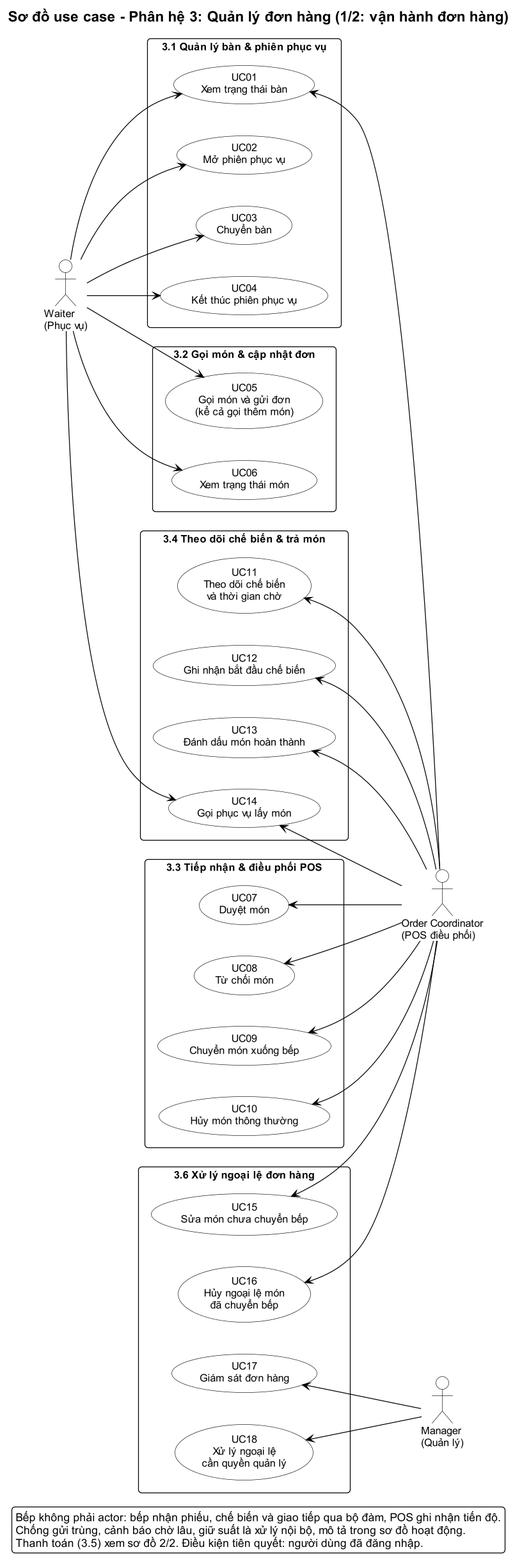
Earlier version of the PlantUML export docs/03-quan-ly-don-hang/usecase-1-van-hanh.png (Anpham120/restaurant-management-system). The source it was exported from:
```plantuml
@startuml
!include ../_style.puml
left to right direction
skinparam nodesep 40
skinparam ranksep 80
title Sơ đồ use case - Phân hệ 3: Quản lý đơn hàng (1/2: vận hành đơn hàng)

actor "Waiter\n(Phục vụ)" as Waiter
actor "Order Coordinator\n(POS điều phối)" as Coord
actor "Manager\n(Quản lý)" as Manager

rectangle "3.1 Quản lý bàn & phiên phục vụ" {
  usecase "UC01\nXem trạng thái bàn" as UC01
  usecase "UC02\nMở phiên phục vụ" as UC02
  usecase "UC03\nChuyển bàn" as UC03
  usecase "UC04\nKết thúc phiên phục vụ" as UC04
}

rectangle "3.2 Gọi món & cập nhật đơn" {
  usecase "UC05\nGọi món và gửi đơn\n(kể cả gọi thêm món)" as UC05
  usecase "UC06\nXem trạng thái món" as UC06
}

rectangle "3.3 Tiếp nhận & điều phối POS" {
  usecase "UC07\nDuyệt món" as UC07
  usecase "UC08\nTừ chối món" as UC08
  usecase "UC09\nChuyển món xuống bếp" as UC09
  usecase "UC10\nHủy món thông thường" as UC10
}

rectangle "3.4 Theo dõi chế biến & trả món" {
  usecase "UC11\nTheo dõi chế biến\nvà thời gian chờ" as UC11
  usecase "UC12\nGhi nhận bắt đầu chế biến" as UC12
  usecase "UC13\nĐánh dấu món hoàn thành" as UC13
  usecase "UC14\nGọi phục vụ lấy món" as UC14
}

rectangle "3.6 Xử lý ngoại lệ đơn hàng" {
  usecase "UC15\nSửa món chưa chuyển bếp" as UC15
  usecase "UC16\nHủy ngoại lệ món\nđã chuyển bếp" as UC16
  usecase "UC17\nGiám sát đơn hàng" as UC17
  usecase "UC18\nXử lý ngoại lệ\ncần quyền quản lý" as UC18
}

Waiter --> UC01
Waiter --> UC02
Waiter --> UC03
Waiter --> UC04
Waiter --> UC05
Waiter --> UC06
Waiter --> UC14

UC01 <-- Coord
UC07 <-- Coord
UC08 <-- Coord
UC09 <-- Coord
UC10 <-- Coord
UC11 <-- Coord
UC12 <-- Coord
UC13 <-- Coord
UC14 <-- Coord
UC15 <-- Coord
UC16 <-- Coord

UC17 <-- Manager
UC18 <-- Manager

legend bottom
  Bếp không phải actor: bếp nhận phiếu, chế biến và giao tiếp qua bộ đàm, POS ghi nhận tiến độ.
  Chống gửi trùng, cảnh báo chờ lâu, giữ suất là xử lý nội bộ, mô tả trong sơ đồ hoạt động.
  Thanh toán (3.5) xem sơ đồ 2/2. Điều kiện tiên quyết: người dùng đã đăng nhập.
endlegend
@enduml
```
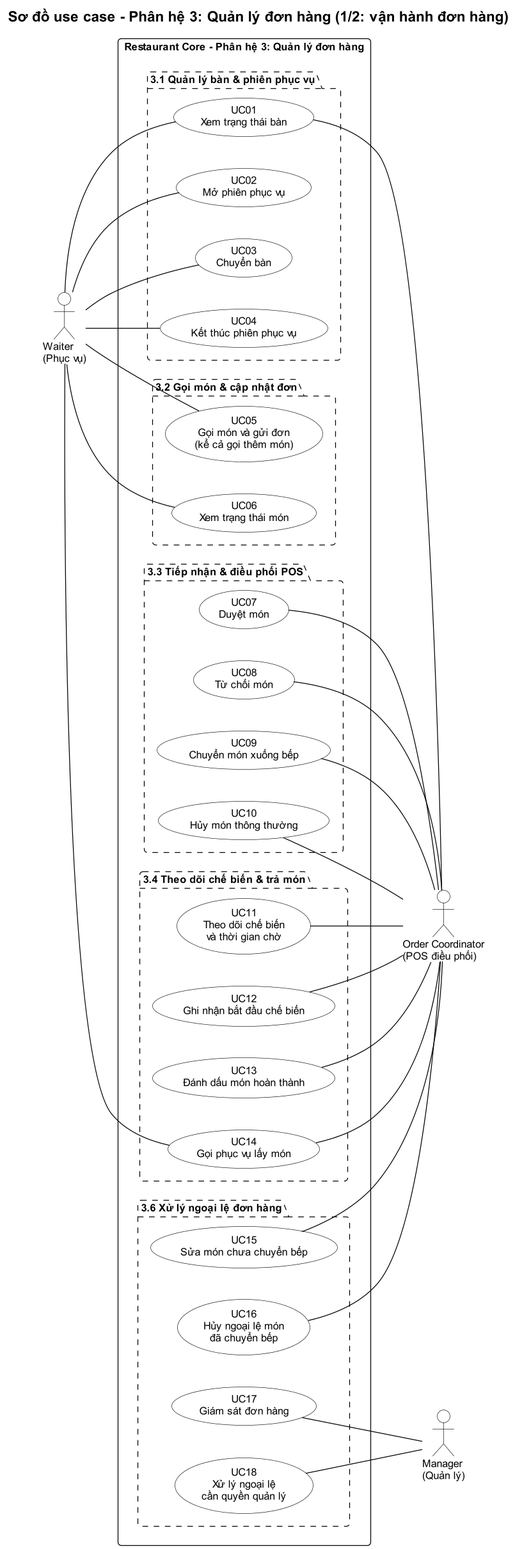
The same diagram one commit later.

Diff of the diagram source:
```diff
@@ -9,65 +9,61 @@
 actor "Order Coordinator\n(POS điều phối)" as Coord
 actor "Manager\n(Quản lý)" as Manager
 
-rectangle "3.1 Quản lý bàn & phiên phục vụ" {
-  usecase "UC01\nXem trạng thái bàn" as UC01
-  usecase "UC02\nMở phiên phục vụ" as UC02
-  usecase "UC03\nChuyển bàn" as UC03
-  usecase "UC04\nKết thúc phiên phục vụ" as UC04
+rectangle "Restaurant Core - Phân hệ 3: Quản lý đơn hàng" {
+  package "3.1 Quản lý bàn & phiên phục vụ" #FFFFFF;line.dashed {
+    usecase "UC01\nXem trạng thái bàn" as UC01
+    usecase "UC02\nMở phiên phục vụ" as UC02
+    usecase "UC03\nChuyển bàn" as UC03
+    usecase "UC04\nKết thúc phiên phục vụ" as UC04
+  }
+
+  package "3.2 Gọi món & cập nhật đơn" #FFFFFF;line.dashed {
+    usecase "UC05\nGọi món và gửi đơn\n(kể cả gọi thêm món)" as UC05
+    usecase "UC06\nXem trạng thái món" as UC06
+  }
+
+  package "3.3 Tiếp nhận & điều phối POS" #FFFFFF;line.dashed {
+    usecase "UC07\nDuyệt món" as UC07
+    usecase "UC08\nTừ chối món" as UC08
+    usecase "UC09\nChuyển món xuống bếp" as UC09
+    usecase "UC10\nHủy món thông thường" as UC10
+  }
+
+  package "3.4 Theo dõi chế biến & trả món" #FFFFFF;line.dashed {
+    usecase "UC11\nTheo dõi chế biến\nvà thời gian chờ" as UC11
+    usecase "UC12\nGhi nhận bắt đầu chế biến" as UC12
+    usecase "UC13\nĐánh dấu món hoàn thành" as UC13
+    usecase "UC14\nGọi phục vụ lấy món" as UC14
+  }
+
+  package "3.6 Xử lý ngoại lệ đơn hàng" #FFFFFF;line.dashed {
+    usecase "UC15\nSửa món chưa chuyển bếp" as UC15
+    usecase "UC16\nHủy ngoại lệ món\nđã chuyển bếp" as UC16
+    usecase "UC17\nGiám sát đơn hàng" as UC17
+    usecase "UC18\nXử lý ngoại lệ\ncần quyền quản lý" as UC18
+  }
 }
 
-rectangle "3.2 Gọi món & cập nhật đơn" {
-  usecase "UC05\nGọi món và gửi đơn\n(kể cả gọi thêm món)" as UC05
-  usecase "UC06\nXem trạng thái món" as UC06
-}
+Waiter -- UC01
+Waiter -- UC02
+Waiter -- UC03
+Waiter -- UC04
+Waiter -- UC05
+Waiter -- UC06
+Waiter -- UC14
 
-rectangle "3.3 Tiếp nhận & điều phối POS" {
-  usecase "UC07\nDuyệt món" as UC07
-  usecase "UC08\nTừ chối món" as UC08
-  usecase "UC09\nChuyển món xuống bếp" as UC09
-  usecase "UC10\nHủy món thông thường" as UC10
-}
+UC01 -- Coord
+UC07 -- Coord
+UC08 -- Coord
+UC09 -- Coord
+UC10 -- Coord
+UC11 -- Coord
+UC12 -- Coord
+UC13 -- Coord
+UC14 -- Coord
+UC15 -- Coord
+UC16 -- Coord
 
-rectangle "3.4 Theo dõi chế biến & trả món" {
-  usecase "UC11\nTheo dõi chế biến\nvà thời gian chờ" as UC11
-  usecase "UC12\nGhi nhận bắt đầu chế biến" as UC12
-  usecase "UC13\nĐánh dấu món hoàn thành" as UC13
-  usecase "UC14\nGọi phục vụ lấy món" as UC14
-}
-
-rectangle "3.6 Xử lý ngoại lệ đơn hàng" {
-  usecase "UC15\nSửa món chưa chuyển bếp" as UC15
-  usecase "UC16\nHủy ngoại lệ món\nđã chuyển bếp" as UC16
-  usecase "UC17\nGiám sát đơn hàng" as UC17
-  usecase "UC18\nXử lý ngoại lệ\ncần quyền quản lý" as UC18
-}
-
-Waiter --> UC01
-Waiter --> UC02
-Waiter --> UC03
-Waiter --> UC04
-Waiter --> UC05
-Waiter --> UC06
-Waiter --> UC14
-
-UC01 <-- Coord
-UC07 <-- Coord
-UC08 <-- Coord
-UC09 <-- Coord
-UC10 <-- Coord
-UC11 <-- Coord
-UC12 <-- Coord
-UC13 <-- Coord
-UC14 <-- Coord
-UC15 <-- Coord
-UC16 <-- Coord
-
-UC17 <-- Manager
-UC18 <-- Manager
-
-legend bottom
-  Bếp không phải actor: bếp nhận phiếu, chế biến và giao tiếp qua bộ đàm, POS ghi nhận tiến độ.
-  Chống gửi trùng, cảnh báo chờ lâu, giữ suất là xử lý nội bộ, mô tả trong sơ đồ hoạt động.
-  Thanh toán (3.5) xem sơ đồ 2/2. Điều kiện tiên quyết: người dùng đã đăng nhập.
-endlegend
+UC17 -- Manager
+UC18 -- Manager
 @enduml
```
